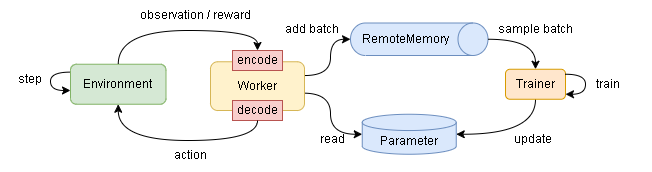
Above: diagrams/overview-sequence.drawio.png in pocokhc/simple_distributed_rl (draw.io), before the change. Source tidied: cells renumbered, new cells last; positions are measured from the earlier drawing's top-left corner, leaving out a move shared by most shapes.
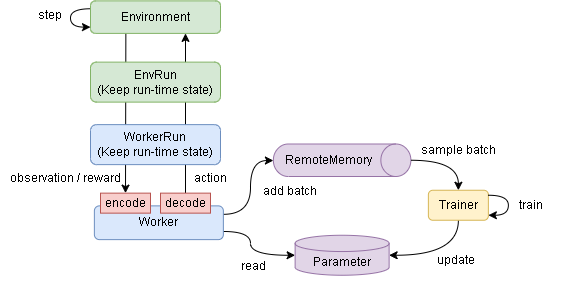
Above is the later version.

Change to the diagram source:
```diff
@@ -2,107 +2,107 @@
   <root>
     <mxCell id="0" />
     <mxCell id="1" parent="0" />
+    <mxCell id="23" style="rounded=0;jettySize=auto;html=1;entryX=0.5;entryY=0;entryDx=0;entryDy=0;exitX=0.272;exitY=0.968;exitDx=0;exitDy=0;exitPerimeter=0;" parent="1" edge="1" source="22" target="24">
+      <mxGeometry relative="1" as="geometry" />
+    </mxCell>
+    <mxCell id="27" style="rounded=0;jettySize=auto;html=1;exitX=0.5;exitY=0;exitDx=0;exitDy=0;" parent="1" edge="1" source="25">
+      <mxGeometry relative="1" as="geometry">
+        <mxPoint x="235" y="-18.1" as="targetPoint" />
+      </mxGeometry>
+    </mxCell>
-    <mxCell id="2" style="edgeStyle=orthogonalEdgeStyle;curved=1;rounded=0;jettySize=auto;html=1;exitX=0;exitY=0.5;exitDx=0;exitDy=0;exitPerimeter=0;entryX=0.986;entryY=0.644;entryDx=0;entryDy=0;endArrow=none;endFill=0;startArrow=classic;startFill=1;entryPerimeter=0;" parent="1" edge="1" source="3" target="9">
+    <mxCell id="2" style="edgeStyle=orthogonalEdgeStyle;curved=1;rounded=0;jettySize=auto;html=1;exitX=0;exitY=0.5;exitDx=0;exitDy=0;exitPerimeter=0;endArrow=none;endFill=0;startArrow=classic;startFill=1;entryX=1;entryY=0.75;entryDx=0;entryDy=0;" parent="1" edge="1" source="3" target="9">
       <mxGeometry relative="1" as="geometry">
         <Array as="points">
-          <mxPoint x="330" y="164" />
-          <mxPoint x="330" y="123" />
+          <mxPoint x="300" y="204" />
+          <mxPoint x="300" y="180" />
+          <mxPoint x="273" y="180" />
         </Array>
       </mxGeometry>
     </mxCell>
-    <mxCell id="3" value="Parameter" style="shape=cylinder3;whiteSpace=wrap;html=1;boundedLbl=1;backgroundOutline=1;size=8.142857142857167;fillColor=#dae8fc;strokeColor=#6c8ebf;" parent="1" vertex="1">
-      <mxGeometry x="361.8" y="143.8" width="94" height="40" as="geometry" />
+    <mxCell id="3" value="Parameter" style="shape=cylinder3;whiteSpace=wrap;html=1;boundedLbl=1;backgroundOutline=1;size=8.142857142857167;fillColor=#e1d5e7;strokeColor=#9673a6;" parent="1" vertex="1">
+      <mxGeometry x="344.6" y="183.8" width="94" height="40" as="geometry" />
     </mxCell>
     <mxCell id="4" style="edgeStyle=orthogonalEdgeStyle;curved=1;rounded=0;jettySize=auto;html=1;exitX=0.5;exitY=1;exitDx=0;exitDy=0;entryX=1;entryY=0.5;entryDx=0;entryDy=0;entryPerimeter=0;" parent="1" edge="1" source="5" target="3">
       <mxGeometry relative="1" as="geometry" />
     </mxCell>
-    <mxCell id="5" value="Trainer" style="rounded=1;whiteSpace=wrap;html=1;fillColor=#ffe6cc;strokeColor=#d79b00;" parent="1" vertex="1">
-      <mxGeometry x="505" y="98.8" width="60" height="30" as="geometry" />
+    <mxCell id="5" value="Trainer" style="rounded=1;whiteSpace=wrap;html=1;fillColor=#fff2cc;strokeColor=#d6b656;" parent="1" vertex="1">
+      <mxGeometry x="477.9" y="138.8" width="60" height="30" as="geometry" />
     </mxCell>
     <mxCell id="6" style="edgeStyle=orthogonalEdgeStyle;rounded=0;orthogonalLoop=1;jettySize=auto;html=1;curved=1;exitX=0;exitY=0;exitDx=0;exitDy=0;" parent="1" edge="1">
       <mxGeometry relative="1" as="geometry">
-        <mxPoint x="70" y="101.6" as="sourcePoint" />
-        <mxPoint x="70" y="120" as="targetPoint" />
+        <mxPoint x="140" y="-42.7" as="sourcePoint" />
+        <mxPoint x="140" y="-24.4" as="targetPoint" />
         <Array as="points">
-          <mxPoint x="50" y="102" />
-          <mxPoint x="50" y="120" />
+          <mxPoint x="120" y="-42.4" />
+          <mxPoint x="120" y="-24.4" />
         </Array>
       </mxGeometry>
     </mxCell>
     <mxCell id="7" value="step" style="text;html=1;strokeColor=none;fillColor=none;align=center;verticalAlign=middle;whiteSpace=wrap;rounded=0;" parent="1" vertex="1">
-      <mxGeometry y="93.7" width="60" height="30" as="geometry" />
+      <mxGeometry x="70" y="-50.6" width="60" height="30" as="geometry" />
     </mxCell>
-    <mxCell id="8" style="edgeStyle=orthogonalEdgeStyle;curved=1;rounded=0;jettySize=auto;html=1;entryX=0.5;entryY=1;entryDx=0;entryDy=0;entryPerimeter=0;" parent="1" edge="1" source="9" target="13">
+    <mxCell id="8" style="edgeStyle=orthogonalEdgeStyle;curved=1;rounded=0;jettySize=auto;html=1;entryX=0.5;entryY=1;entryDx=0;entryDy=0;entryPerimeter=0;exitX=1;exitY=0.25;exitDx=0;exitDy=0;" parent="1" edge="1" source="9" target="13">
       <mxGeometry relative="1" as="geometry">
         <Array as="points">
-          <mxPoint x="330" y="105" />
-          <mxPoint x="330" y="69" />
+          <mxPoint x="300" y="163" />
+          <mxPoint x="300" y="109" />
+          <mxPoint x="323" y="109" />
         </Array>
       </mxGeometry>
     </mxCell>
-    <mxCell id="9" value="Worker" style="rounded=1;whiteSpace=wrap;html=1;fillColor=#fff2cc;strokeColor=#d6b656;" parent="1" vertex="1">
-      <mxGeometry x="210" y="91.3" width="94" height="48.7" as="geometry" />
-    </mxCell>
     <mxCell id="10" value="observation /&amp;nbsp;reward" style="text;html=1;strokeColor=none;fillColor=none;align=center;verticalAlign=middle;whiteSpace=wrap;rounded=0;" parent="1" vertex="1">
-      <mxGeometry x="130" y="30" width="130" height="30" as="geometry" />
+      <mxGeometry x="50" y="111.6" width="130" height="30" as="geometry" />
     </mxCell>
     <mxCell id="11" value="action" style="text;html=1;strokeColor=none;fillColor=none;align=center;verticalAlign=middle;whiteSpace=wrap;rounded=0;" parent="1" vertex="1">
-      <mxGeometry x="160" y="170" width="60" height="30" as="geometry" />
+      <mxGeometry x="230" y="111.9" width="60" height="30" as="geometry" />
     </mxCell>
     <mxCell id="12" style="group;" parent="1" vertex="1">
-      <mxGeometry x="350" y="52.5" width="137.5" height="32.5" as="geometry" />
+      <mxGeometry x="322.9" y="92.5" width="137.5" height="32.5" as="geometry" />
     </mxCell>
-    <mxCell id="13" style="shape=cylinder3;whiteSpace=wrap;html=1;boundedLbl=1;backgroundOutline=1;size=15;rotation=90;fillColor=#dae8fc;strokeColor=#6c8ebf;" parent="12" vertex="1">
+    <mxCell id="13" style="shape=cylinder3;whiteSpace=wrap;html=1;boundedLbl=1;backgroundOutline=1;size=15;rotation=90;fillColor=#e1d5e7;strokeColor=#9673a6;" parent="12" vertex="1">
       <mxGeometry x="52.5" y="-52.5" width="32.5" height="137.5" as="geometry" />
     </mxCell>
     <mxCell id="14" value="RemoteMemory" style="text;html=1;strokeColor=none;fillColor=none;align=center;verticalAlign=middle;whiteSpace=wrap;rounded=0;" parent="12" vertex="1">
       <mxGeometry x="25" y="1.2" width="60" height="30" as="geometry" />
     </mxCell>
     <mxCell id="15" value="add batch" style="text;html=1;strokeColor=none;fillColor=none;align=center;verticalAlign=middle;whiteSpace=wrap;rounded=0;" parent="1" vertex="1">
-      <mxGeometry x="282" y="43.8" width="60" height="30" as="geometry" />
+      <mxGeometry x="310" y="125" width="60" height="30" as="geometry" />
     </mxCell>
     <mxCell id="16" style="edgeStyle=orthogonalEdgeStyle;curved=1;rounded=0;jettySize=auto;html=1;exitX=0.5;exitY=0;exitDx=0;exitDy=0;exitPerimeter=0;entryX=0.5;entryY=0;entryDx=0;entryDy=0;" parent="1" edge="1" source="13" target="5">
       <mxGeometry relative="1" as="geometry" />
     </mxCell>
     <mxCell id="17" value="sample batch" style="text;html=1;strokeColor=none;fillColor=none;align=center;verticalAlign=middle;whiteSpace=wrap;rounded=0;" parent="1" vertex="1">
-      <mxGeometry x="490" y="43.8" width="90" height="30" as="geometry" />
+      <mxGeometry x="462.9" y="83.8" width="90" height="30" as="geometry" />
     </mxCell>
     <mxCell id="18" value="update" style="text;html=1;strokeColor=none;fillColor=none;align=center;verticalAlign=middle;whiteSpace=wrap;rounded=0;" parent="1" vertex="1">
-      <mxGeometry x="490" y="153.8" width="85" height="30" as="geometry" />
+      <mxGeometry x="462.9" y="193.8" width="85" height="30" as="geometry" />
     </mxCell>
     <mxCell id="19" value="read" style="text;html=1;strokeColor=none;fillColor=none;align=center;verticalAlign=middle;whiteSpace=wrap;rounded=0;" parent="1" vertex="1">
-      <mxGeometry x="301.8" y="153.8" width="60" height="30" as="geometry" />
+      <mxGeometry x="272.9" y="200" width="60" height="30" as="geometry" />
     </mxCell>
     <mxCell id="20" style="edgeStyle=orthogonalEdgeStyle;curved=1;rounded=0;orthogonalLoop=1;jettySize=auto;html=1;" parent="1" edge="1" source="5" target="5">
       <mxGeometry relative="1" as="geometry" />
     </mxCell>
     <mxCell id="21" value="train" style="text;html=1;strokeColor=none;fillColor=none;align=center;verticalAlign=middle;whiteSpace=wrap;rounded=0;" parent="1" vertex="1">
-      <mxGeometry x="565" y="98.8" width="85" height="30" as="geometry" />
+      <mxGeometry x="537.9" y="138.8" width="85" height="30" as="geometry" />
     </mxCell>
     <mxCell id="22" value="Environment" style="rounded=1;whiteSpace=wrap;html=1;fillColor=#d5e8d4;strokeColor=#82b366;" parent="1" vertex="1">
-      <mxGeometry x="70" y="93.7" width="95.5" height="40" as="geometry" />
+      <mxGeometry x="140" y="-50.6" width="130" height="32.5" as="geometry" />
     </mxCell>
-    <mxCell id="23" style="edgeStyle=orthogonalEdgeStyle;curved=1;rounded=0;jettySize=auto;html=1;exitX=0.5;exitY=0;exitDx=0;exitDy=0;entryX=0.5;entryY=0;entryDx=0;entryDy=0;" parent="1" edge="1" source="22" target="24">
-      <mxGeometry relative="1" as="geometry">
-        <Array as="points">
-          <mxPoint x="118" y="60" />
-          <mxPoint x="257" y="60" />
-        </Array>
-      </mxGeometry>
-    </mxCell>
+    <mxCell id="28" value="EnvRun&lt;br&gt;(Keep run-time state)" style="rounded=1;whiteSpace=wrap;html=1;fillColor=#d5e8d4;strokeColor=#82b366;" parent="1" vertex="1">
+      <mxGeometry x="140" y="10.6" width="130" height="40" as="geometry" />
+    </mxCell>
+    <mxCell id="29" value="WorkerRun&lt;br&gt;(Keep run-time state)" style="rounded=1;whiteSpace=wrap;html=1;fillColor=#dae8fc;strokeColor=#6c8ebf;" parent="1" vertex="1">
+      <mxGeometry x="140" y="73.1" width="130" height="40" as="geometry" />
+    </mxCell>
+    <mxCell id="9" value="Worker" style="rounded=1;whiteSpace=wrap;html=1;fillColor=#dae8fc;strokeColor=#6c8ebf;" parent="1" vertex="1">
+      <mxGeometry x="143.9" y="154.4" width="129" height="33.8" as="geometry" />
+    </mxCell>
+    <mxCell id="25" value="decode" style="rounded=0;whiteSpace=wrap;html=1;fillColor=#f8cecc;strokeColor=#b85450;" parent="1" vertex="1">
+      <mxGeometry x="210" y="141.6" width="50" height="20" as="geometry" />
+    </mxCell>
     <mxCell id="24" value="encode" style="rounded=0;whiteSpace=wrap;html=1;fillColor=#f8cecc;strokeColor=#b85450;" parent="1" vertex="1">
-      <mxGeometry x="232" y="80" width="50" height="20" as="geometry" />
+      <mxGeometry x="150" y="141.6" width="50" height="20" as="geometry" />
     </mxCell>
-    <mxCell id="25" value="decode" style="rounded=0;whiteSpace=wrap;html=1;fillColor=#f8cecc;strokeColor=#b85450;" parent="1" vertex="1">
-      <mxGeometry x="232" y="130" width="50" height="20" as="geometry" />
-    </mxCell>
-    <mxCell id="26" style="edgeStyle=orthogonalEdgeStyle;curved=1;rounded=0;jettySize=auto;html=1;exitX=0.5;exitY=1;exitDx=0;exitDy=0;entryX=0.5;entryY=1;entryDx=0;entryDy=0;" parent="1" edge="1" source="25" target="22">
-      <mxGeometry relative="1" as="geometry">
-        <Array as="points">
-          <mxPoint x="257" y="170" />
-          <mxPoint x="118" y="170" />
-        </Array>
-      </mxGeometry>
-    </mxCell>
   </root>
 </mxGraphModel>
```
